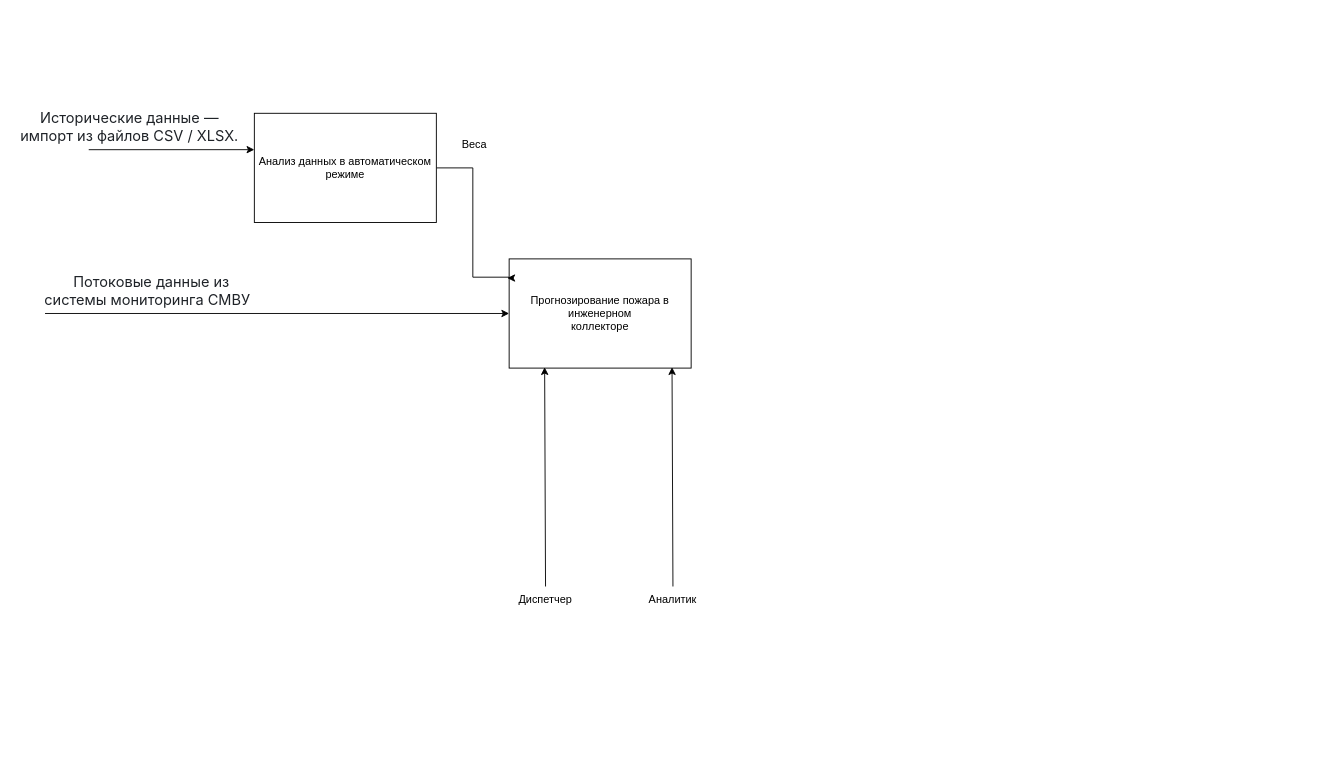
Earlier version of the draw.io diagram docs/common/IDEF-1.drawio (Think-Faster/Think-Faster). Source tidied: cells renumbered, new cells numbered last; positions are measured from the earlier drawing's top-left corner, leaving out a move shared by most shapes. Both pictures are drawn from the tidied source at 91%, with x=0, y=0 at pixel (15, 113).
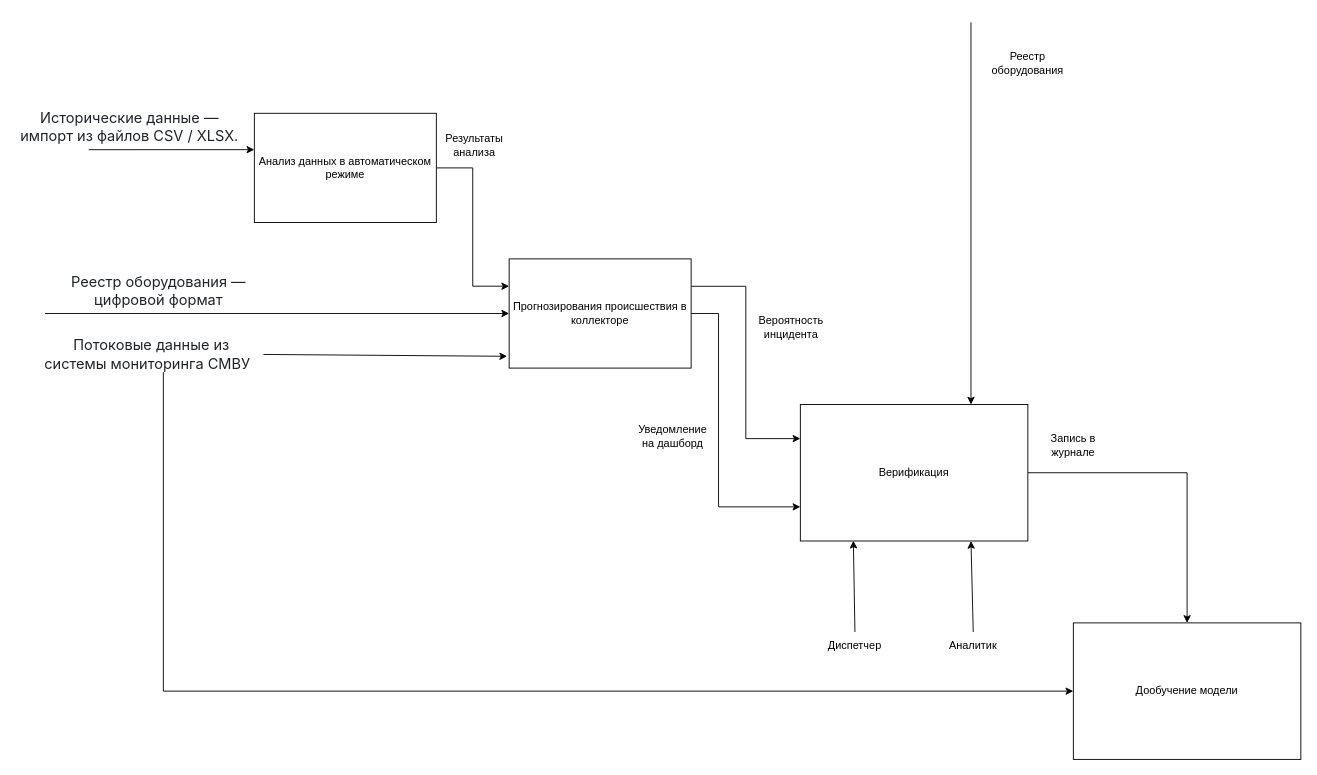
The same diagram, later.

Commit message:
Реализация IDEF-1

The change refers to these unchanged cells:
```xml
<mxCell id="8" value="Анализ данных в автоматическом режиме" style="rounded=0;whiteSpace=wrap;html=1;" parent="1" vertex="1">
  <mxGeometry x="262" width="200" height="120" as="geometry" />
</mxCell>
```

What changed in the source:
```diff
@@
+    <mxCell id="14" style="edgeStyle=orthogonalEdgeStyle;rounded=0;jettySize=auto;html=1;entryX=0;entryY=0.25;entryDx=0;entryDy=0;" parent="1" edge="1" source="2" target="20">
+      <mxGeometry relative="1" as="geometry">
+        <Array as="points">
+          <mxPoint x="802.1" y="190.1" />
+          <mxPoint x="802.1" y="357.5" />
+        </Array>
+      </mxGeometry>
+    </mxCell>
+    <mxCell id="15" style="edgeStyle=orthogonalEdgeStyle;rounded=0;jettySize=auto;html=1;entryX=0;entryY=0.75;entryDx=0;entryDy=0;" parent="1" edge="1" source="2" target="20">
+      <mxGeometry relative="1" as="geometry">
+        <Array as="points">
+          <mxPoint x="772.1" y="220.1" />
+          <mxPoint x="772.1" y="432.5" />
+        </Array>
+      </mxGeometry>
+    </mxCell>
-    <mxCell id="2" value="Прогнозирование пожара в инженерном&lt;br/&gt;коллекторе" style="rounded=0;whiteSpace=wrap;html=1;" parent="1" vertex="1">
+    <mxCell id="2" value="Прогнозирования происшествия в коллекторе" style="rounded=0;whiteSpace=wrap;html=1;" parent="1" vertex="1">
       <mxGeometry x="542" y="160" width="200" height="120" as="geometry" />
     </mxCell>
-    <mxCell id="3" style="endArrow=classic;html=1;rounded=0;entryX=0.195;entryY=0.992;entryDx=0;entryDy=0;entryPerimeter=0;exitX=0.5;exitY=0;exitDx=0;exitDy=0;" parent="1" edge="1" source="4" target="2">
+    <mxCell id="3" style="endArrow=classic;html=1;rounded=0;entryX=0.233;entryY=0.998;entryDx=0;entryDy=0;exitX=0.5;exitY=0;exitDx=0;exitDy=0;entryPerimeter=0;" parent="1" edge="1" source="4" target="20">
       <mxGeometry relative="1" as="geometry" />
     </mxCell>
     <mxCell id="4" value="Диспетчер" style="text;html=1;whiteSpace=wrap;strokeColor=none;fillColor=none;align=center;verticalAlign=middle;rounded=0;" parent="1" vertex="1">
-      <mxGeometry x="552" y="520" width="60" height="30" as="geometry" />
+      <mxGeometry x="892" y="570" width="60" height="30" as="geometry" />
     </mxCell>
     <mxCell id="5" value="Аналитик" style="text;html=1;whiteSpace=wrap;strokeColor=none;fillColor=none;align=center;verticalAlign=middle;rounded=0;" parent="1" vertex="1">
-      <mxGeometry x="692" y="520" width="60" height="30" as="geometry" />
+      <mxGeometry x="1022" y="570" width="60" height="30" as="geometry" />
     </mxCell>
-    <mxCell id="6" style="endArrow=classic;html=1;rounded=0;entryX=0.895;entryY=0.992;entryDx=0;entryDy=0;entryPerimeter=0;exitX=0.5;exitY=0;exitDx=0;exitDy=0;" parent="1" edge="1" source="5" target="2">
+    <mxCell id="6" style="endArrow=classic;html=1;rounded=0;entryX=0.75;entryY=1;entryDx=0;entryDy=0;exitX=0.5;exitY=0;exitDx=0;exitDy=0;" parent="1" edge="1" source="5" target="20">
       <mxGeometry relative="1" as="geometry" />
     </mxCell>
-    <mxCell id="7" style="edgeStyle=orthogonalEdgeStyle;rounded=0;jettySize=auto;html=1;entryX=-0.01;entryY=0.176;entryDx=0;entryDy=0;entryPerimeter=0;" parent="1" edge="1" source="8" target="2">
-      <mxGeometry relative="1" as="geometry">
-        <Array as="points">
-          <mxPoint x="502.1" y="60.1" />
-          <mxPoint x="502.1" y="180.1" />
-          <mxPoint x="542.1" y="180.1" />
-        </Array>
-      </mxGeometry>
+    <mxCell id="7" style="edgeStyle=orthogonalEdgeStyle;rounded=0;jettySize=auto;html=1;entryX=0;entryY=0.25;entryDx=0;entryDy=0;" parent="1" edge="1" source="8" target="2">
+      <mxGeometry relative="1" as="geometry" />
     </mxCell>
@@
-    <mxCell id="11" value="Веса" style="text;html=1;whiteSpace=wrap;strokeColor=none;fillColor=none;align=center;verticalAlign=middle;rounded=0;" parent="1" vertex="1">
+    <mxCell id="11" value="Результаты анализа" style="text;html=1;whiteSpace=wrap;strokeColor=none;fillColor=none;align=center;verticalAlign=middle;rounded=0;" parent="1" vertex="1">
       <mxGeometry x="474" y="20" width="60" height="30" as="geometry" />
     </mxCell>
@@
+    <mxCell id="16" style="edgeStyle=orthogonalEdgeStyle;rounded=0;jettySize=auto;html=1;entryX=0;entryY=0.5;entryDx=0;entryDy=0;" parent="1" edge="1" source="13" target="24">
+      <mxGeometry relative="1" as="geometry">
+        <Array as="points">
+          <mxPoint x="162" y="635" />
+        </Array>
+      </mxGeometry>
+    </mxCell>
     <mxCell id="13" value="&lt;span style=&quot;color: rgb(31, 35, 40); font-family: &amp;quot;Mona Sans VF&amp;quot;, -apple-system, BlinkMacSystemFont, &amp;quot;Segoe UI&amp;quot;, &amp;quot;Noto Sans Backtick Fix&amp;quot;, &amp;quot;Noto Sans&amp;quot;, Helvetica, Arial, sans-serif, &amp;quot;Apple Color Emoji&amp;quot;, &amp;quot;Segoe UI Emoji&amp;quot;; font-size: 16px; text-align: start; background-color: rgb(255, 255, 255);&quot;&gt;&amp;nbsp;Потоковые данные из системы мониторинга СМВУ&amp;nbsp;&lt;/span&gt;" style="text;html=1;whiteSpace=wrap;strokeColor=none;fillColor=none;align=center;verticalAlign=middle;rounded=0;" parent="1" vertex="1">
-      <mxGeometry x="22" y="180" width="250" height="30" as="geometry" />
+      <mxGeometry x="22" y="250" width="250" height="30" as="geometry" />
     </mxCell>
+    <mxCell id="17" style="endArrow=classic;html=1;rounded=0;entryX=-0.011;entryY=0.892;entryDx=0;entryDy=0;entryPerimeter=0;exitX=1;exitY=0.5;exitDx=0;exitDy=0;" parent="1" edge="1" source="13" target="2">
+      <mxGeometry relative="1" as="geometry" />
+    </mxCell>
+    <mxCell id="18" value="&lt;span style=&quot;color: rgb(31, 35, 40); font-family: &amp;quot;Mona Sans VF&amp;quot;, -apple-system, BlinkMacSystemFont, &amp;quot;Segoe UI&amp;quot;, &amp;quot;Noto Sans Backtick Fix&amp;quot;, &amp;quot;Noto Sans&amp;quot;, Helvetica, Arial, sans-serif, &amp;quot;Apple Color Emoji&amp;quot;, &amp;quot;Segoe UI Emoji&amp;quot;; font-size: 16px; text-align: start; background-color: rgb(255, 255, 255);&quot;&gt;Реестр оборудования — цифровой формат&lt;/span&gt;" style="text;html=1;whiteSpace=wrap;strokeColor=none;fillColor=none;align=center;verticalAlign=middle;rounded=0;" parent="1" vertex="1">
+      <mxGeometry x="32" y="180" width="250" height="30" as="geometry" />
+    </mxCell>
+    <mxCell id="19" style="edgeStyle=orthogonalEdgeStyle;rounded=0;jettySize=auto;html=1;entryX=0.5;entryY=0;entryDx=0;entryDy=0;" parent="1" edge="1" source="20" target="24">
+      <mxGeometry relative="1" as="geometry" />
+    </mxCell>
+    <mxCell id="20" value="Верификация" style="rounded=0;whiteSpace=wrap;html=1;" parent="1" vertex="1">
+      <mxGeometry x="862" y="320" width="250" height="150" as="geometry" />
+    </mxCell>
+    <mxCell id="21" value="Вероятность инцидента" style="text;html=1;whiteSpace=wrap;strokeColor=none;fillColor=none;align=center;verticalAlign=middle;rounded=0;" parent="1" vertex="1">
+      <mxGeometry x="822" y="220" width="60" height="30" as="geometry" />
+    </mxCell>
+    <mxCell id="22" value="Уведомление на дашборд" style="text;html=1;whiteSpace=wrap;strokeColor=none;fillColor=none;align=center;verticalAlign=middle;rounded=0;" parent="1" vertex="1">
+      <mxGeometry x="692" y="340" width="60" height="30" as="geometry" />
+    </mxCell>
+    <mxCell id="23" value="Запись в журнале" style="text;html=1;whiteSpace=wrap;strokeColor=none;fillColor=none;align=center;verticalAlign=middle;rounded=0;" parent="1" vertex="1">
+      <mxGeometry x="1132" y="350" width="60" height="30" as="geometry" />
+    </mxCell>
+    <mxCell id="24" value="Дообучение модели" style="rounded=0;whiteSpace=wrap;html=1;" parent="1" vertex="1">
+      <mxGeometry x="1162" y="560" width="250" height="150" as="geometry" />
+    </mxCell>
+    <mxCell id="25" style="endArrow=classic;html=1;rounded=0;entryX=0.75;entryY=0;entryDx=0;entryDy=0;" parent="1" edge="1" target="20">
+      <mxGeometry relative="1" as="geometry">
+        <mxPoint x="1049.5" y="-100" as="sourcePoint" />
+      </mxGeometry>
+    </mxCell>
+    <mxCell id="26" value="Реестр оборудования" style="text;html=1;whiteSpace=wrap;strokeColor=none;fillColor=none;align=center;verticalAlign=middle;rounded=0;" parent="1" vertex="1">
+      <mxGeometry x="1082" y="-70" width="60" height="30" as="geometry" />
+    </mxCell>
```
